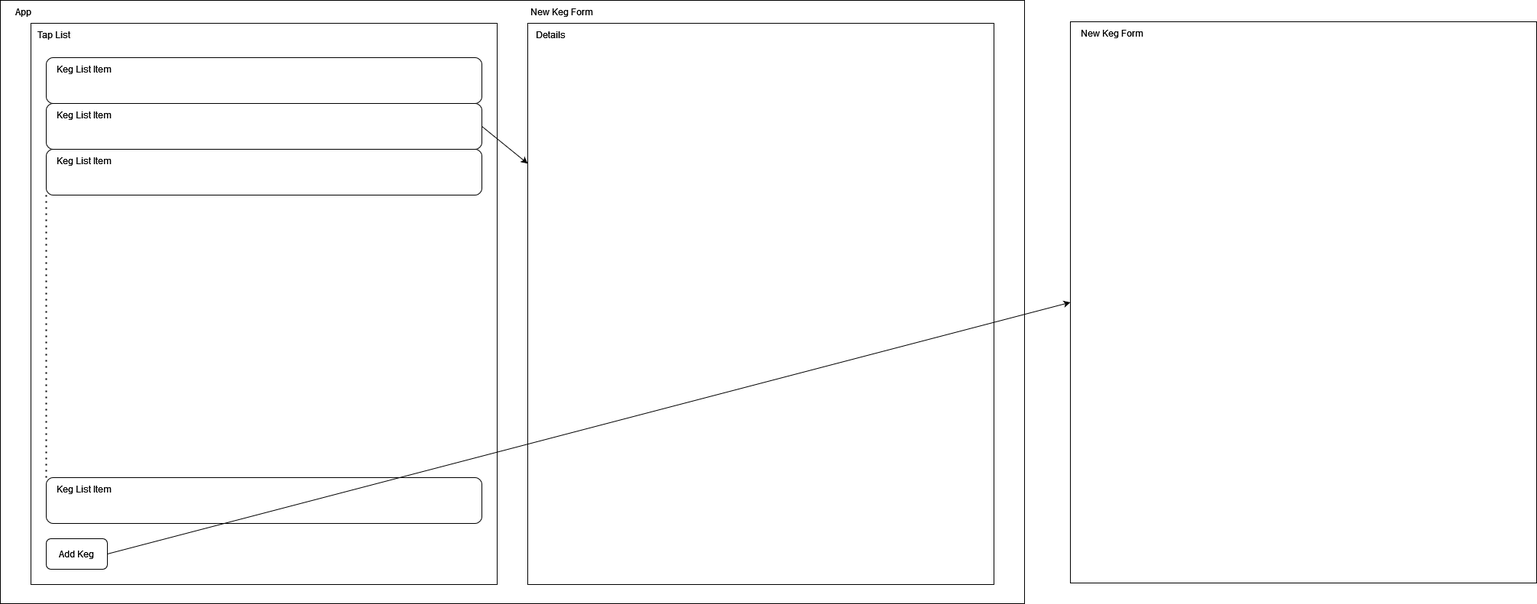
Above: Components.png in WillRod42/tap-room (draw.io), before the change. Source tidied: cells renumbered, new cells last; positions are measured from the earlier drawing's top-left corner, leaving out a move shared by most shapes. The source it was exported from:
```xml
<mxGraphModel>
  <root>
    <mxCell id="0" />
    <mxCell id="1" parent="0" />
    <mxCell id="2" style="rounded=0;whiteSpace=wrap;html=1;" parent="1" vertex="1">
      <mxGeometry width="1340" height="790" as="geometry" />
    </mxCell>
    <mxCell id="3" value="&lt;div&gt;App&lt;/div&gt;" style="text;html=1;strokeColor=none;fillColor=none;align=center;verticalAlign=middle;whiteSpace=wrap;rounded=0;" parent="1" vertex="1">
      <mxGeometry width="60" height="30" as="geometry" />
    </mxCell>
    <mxCell id="4" style="rounded=0;whiteSpace=wrap;html=1;" parent="1" vertex="1">
      <mxGeometry x="40" y="30" width="610" height="735" as="geometry" />
    </mxCell>
    <mxCell id="5" style="rounded=0;whiteSpace=wrap;html=1;" parent="1" vertex="1">
      <mxGeometry x="690" y="30" width="610" height="735" as="geometry" />
    </mxCell>
    <mxCell id="6" value="&lt;div&gt;Tap List&lt;/div&gt;" style="text;html=1;strokeColor=none;fillColor=none;align=center;verticalAlign=middle;whiteSpace=wrap;rounded=0;" parent="1" vertex="1">
      <mxGeometry x="40" y="30" width="60" height="30" as="geometry" />
    </mxCell>
    <mxCell id="7" value="Details" style="text;html=1;strokeColor=none;fillColor=none;align=center;verticalAlign=middle;whiteSpace=wrap;rounded=0;" parent="1" vertex="1">
      <mxGeometry x="690" y="30" width="60" height="30" as="geometry" />
    </mxCell>
    <mxCell id="8" value="New Keg Form" style="text;html=1;strokeColor=none;fillColor=none;align=center;verticalAlign=middle;whiteSpace=wrap;rounded=0;" parent="1" vertex="1">
      <mxGeometry x="680" width="110" height="30" as="geometry" />
    </mxCell>
    <mxCell id="9" style="rounded=0;whiteSpace=wrap;html=1;" parent="1" vertex="1">
      <mxGeometry x="1400" y="28" width="610" height="735" as="geometry" />
    </mxCell>
    <mxCell id="10" value="New Keg Form" style="text;html=1;strokeColor=none;fillColor=none;align=center;verticalAlign=middle;whiteSpace=wrap;rounded=0;" parent="1" vertex="1">
      <mxGeometry x="1400" y="28" width="110" height="30" as="geometry" />
    </mxCell>
    <mxCell id="11" style="rounded=1;whiteSpace=wrap;html=1;" parent="1" vertex="1">
      <mxGeometry x="60" y="75" width="570" height="60" as="geometry" />
    </mxCell>
    <mxCell id="12" value="Keg List Item" style="text;html=1;strokeColor=none;fillColor=none;align=center;verticalAlign=middle;whiteSpace=wrap;rounded=0;" parent="1" vertex="1">
      <mxGeometry x="40" y="75" width="140" height="30" as="geometry" />
    </mxCell>
    <mxCell id="13" style="rounded=1;whiteSpace=wrap;html=1;" parent="1" vertex="1">
      <mxGeometry x="60" y="135" width="570" height="60" as="geometry" />
    </mxCell>
    <mxCell id="14" value="Keg List Item" style="text;html=1;strokeColor=none;fillColor=none;align=center;verticalAlign=middle;whiteSpace=wrap;rounded=0;" parent="1" vertex="1">
      <mxGeometry x="40" y="135" width="140" height="30" as="geometry" />
    </mxCell>
    <mxCell id="15" style="rounded=1;whiteSpace=wrap;html=1;" parent="1" vertex="1">
      <mxGeometry x="60" y="195" width="570" height="60" as="geometry" />
    </mxCell>
    <mxCell id="16" value="Keg List Item" style="text;html=1;strokeColor=none;fillColor=none;align=center;verticalAlign=middle;whiteSpace=wrap;rounded=0;" parent="1" vertex="1">
      <mxGeometry x="40" y="195" width="140" height="30" as="geometry" />
    </mxCell>
    <mxCell id="17" style="endArrow=none;dashed=1;html=1;dashPattern=1 3;strokeWidth=2;rounded=0;entryX=0;entryY=1;entryDx=0;entryDy=0;exitX=0;exitY=0;exitDx=0;exitDy=0;" parent="1" edge="1" source="18" target="15">
      <mxGeometry relative="1" as="geometry" />
    </mxCell>
    <mxCell id="18" style="rounded=1;whiteSpace=wrap;html=1;" parent="1" vertex="1">
      <mxGeometry x="60" y="625" width="570" height="60" as="geometry" />
    </mxCell>
    <mxCell id="19" value="Keg List Item" style="text;html=1;strokeColor=none;fillColor=none;align=center;verticalAlign=middle;whiteSpace=wrap;rounded=0;" parent="1" vertex="1">
      <mxGeometry x="40" y="625" width="140" height="30" as="geometry" />
    </mxCell>
    <mxCell id="20" style="endArrow=classic;html=1;rounded=0;exitX=1;exitY=0.5;exitDx=0;exitDy=0;entryX=0;entryY=0.25;entryDx=0;entryDy=0;" parent="1" edge="1" source="13" target="5">
      <mxGeometry relative="1" as="geometry" />
    </mxCell>
    <mxCell id="21" style="rounded=1;whiteSpace=wrap;html=1;" parent="1" vertex="1">
      <mxGeometry x="60" y="705" width="80" height="40" as="geometry" />
    </mxCell>
    <mxCell id="22" value="Add Keg" style="text;html=1;strokeColor=none;fillColor=none;align=center;verticalAlign=middle;whiteSpace=wrap;rounded=0;" parent="1" vertex="1">
      <mxGeometry x="70" y="710" width="60" height="30" as="geometry" />
    </mxCell>
    <mxCell id="23" style="endArrow=classic;html=1;rounded=0;exitX=1;exitY=0.5;exitDx=0;exitDy=0;entryX=0;entryY=0.5;entryDx=0;entryDy=0;" parent="1" edge="1" source="21" target="9">
      <mxGeometry relative="1" as="geometry" />
    </mxCell>
  </root>
</mxGraphModel>
```
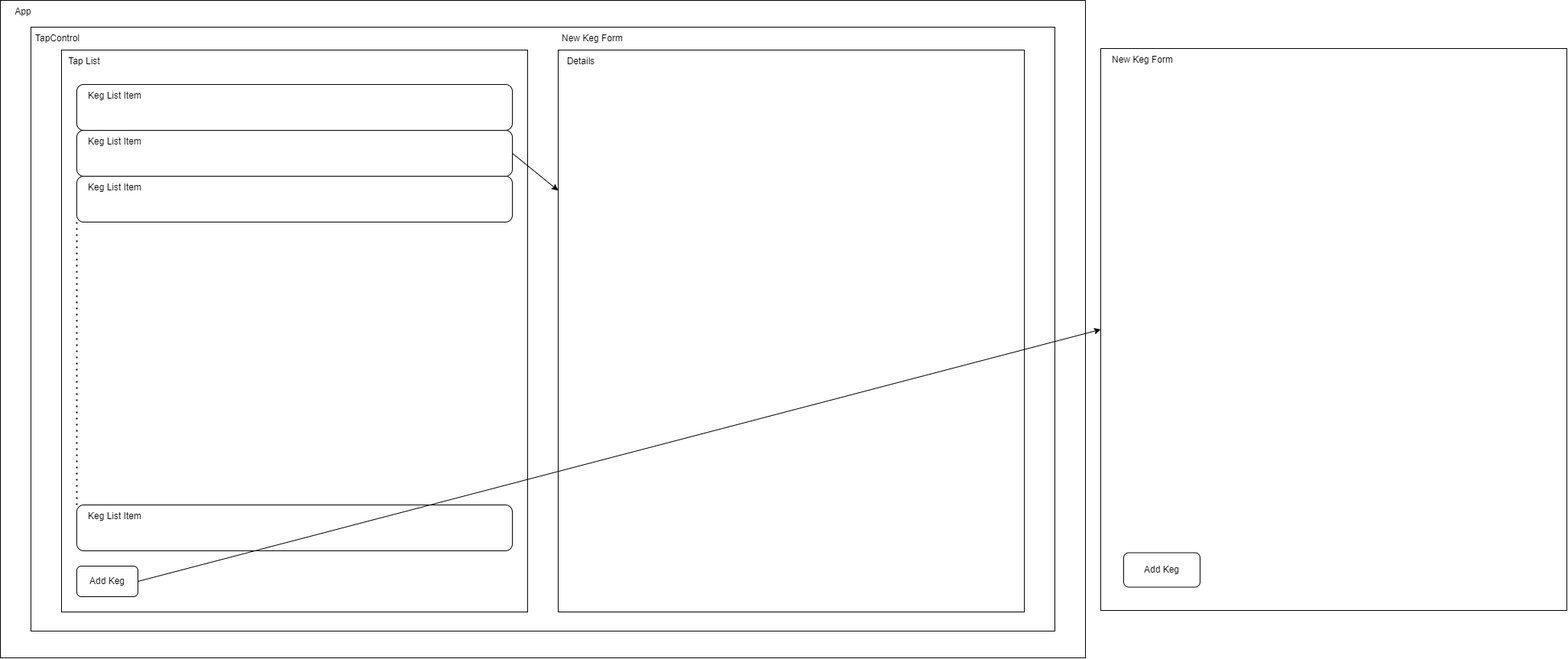
The same diagram one commit later.

Change to the diagram source:
```diff
@@ -2,11 +2,14 @@
   <root>
     <mxCell id="0" />
     <mxCell id="1" parent="0" />
+    <mxCell id="24" style="rounded=0;whiteSpace=wrap;html=1;" parent="1" vertex="1">
+      <mxGeometry x="-40" y="-35" width="1420" height="860" as="geometry" />
+    </mxCell>
     <mxCell id="2" style="rounded=0;whiteSpace=wrap;html=1;" parent="1" vertex="1">
       <mxGeometry width="1340" height="790" as="geometry" />
     </mxCell>
     <mxCell id="3" value="&lt;div&gt;App&lt;/div&gt;" style="text;html=1;strokeColor=none;fillColor=none;align=center;verticalAlign=middle;whiteSpace=wrap;rounded=0;" parent="1" vertex="1">
-      <mxGeometry width="60" height="30" as="geometry" />
+      <mxGeometry x="-40" y="-35" width="60" height="30" as="geometry" />
     </mxCell>
     <mxCell id="4" style="rounded=0;whiteSpace=wrap;html=1;" parent="1" vertex="1">
       <mxGeometry x="40" y="30" width="610" height="735" as="geometry" />
@@ -68,5 +71,14 @@
     <mxCell id="23" style="endArrow=classic;html=1;rounded=0;exitX=1;exitY=0.5;exitDx=0;exitDy=0;entryX=0;entryY=0.5;entryDx=0;entryDy=0;" parent="1" edge="1" source="21" target="9">
       <mxGeometry relative="1" as="geometry" />
     </mxCell>
+    <mxCell id="25" value="&lt;div&gt;TapControl&lt;/div&gt;" style="text;html=1;strokeColor=none;fillColor=none;align=center;verticalAlign=middle;whiteSpace=wrap;rounded=0;" parent="1" vertex="1">
+      <mxGeometry width="70" height="30" as="geometry" />
+    </mxCell>
+    <mxCell id="26" style="rounded=1;whiteSpace=wrap;html=1;" parent="1" vertex="1">
+      <mxGeometry x="1430" y="687.5" width="100" height="45" as="geometry" />
+    </mxCell>
+    <mxCell id="27" value="Add Keg" style="text;html=1;strokeColor=none;fillColor=none;align=center;verticalAlign=middle;whiteSpace=wrap;rounded=0;" parent="1" vertex="1">
+      <mxGeometry x="1450" y="695" width="60" height="30" as="geometry" />
+    </mxCell>
   </root>
 </mxGraphModel>
```
